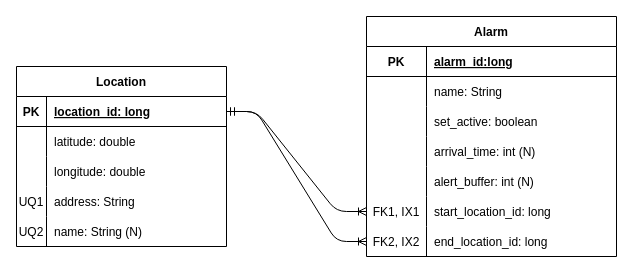
This is docs/true-alarm-erd.drawio from pcutter1/true-alarm, a draw.io file, before an edit. Source tidied: cells renumbered, new cells numbered last; positions are measured from the earlier drawing's top-left corner, leaving out a move shared by most shapes. Both pictures are drawn from the tidied source at 100%, with x=0, y=0 at pixel (16, 16).
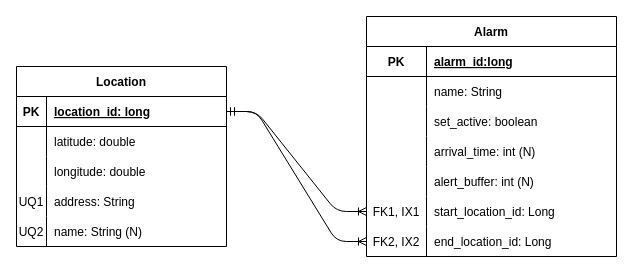
The same diagram, later.

The change refers to these unchanged cells:
```xml
<mxCell id="18" style="shape=partialRectangle;fillColor=none;top=0;left=0;bottom=0;right=0;points=[[0,0.5],[1,0.5]];portConstraint=eastwest;" parent="2" vertex="1">
  <mxGeometry y="180" width="250" height="30" as="geometry" />
</mxCell>
<mxCell id="21" style="shape=partialRectangle;fillColor=none;top=0;left=0;bottom=0;right=0;points=[[0,0.5],[1,0.5]];portConstraint=eastwest;" parent="2" vertex="1">
  <mxGeometry y="210" width="250" height="30" as="geometry" />
</mxCell>
```

Change to the diagram source:
```diff
@@
-    <mxCell id="20" value="start_location_id: long" style="shape=partialRectangle;fillColor=none;top=0;left=0;bottom=0;right=0;align=left;spacingLeft=6;overflow=hidden;" parent="18" vertex="1">
+    <mxCell id="20" value="start_location_id: Long" style="shape=partialRectangle;fillColor=none;top=0;left=0;bottom=0;right=0;align=left;spacingLeft=6;overflow=hidden;" parent="18" vertex="1">
       <mxGeometry x="60" width="190" height="30" as="geometry" />
     </mxCell>
@@
-    <mxCell id="23" value="end_location_id: long" style="shape=partialRectangle;fillColor=none;top=0;left=0;bottom=0;right=0;align=left;spacingLeft=6;overflow=hidden;" parent="21" vertex="1">
+    <mxCell id="23" value="end_location_id: Long" style="shape=partialRectangle;fillColor=none;top=0;left=0;bottom=0;right=0;align=left;spacingLeft=6;overflow=hidden;" parent="21" vertex="1">
       <mxGeometry x="60" width="190" height="30" as="geometry" />
     </mxCell>
```
